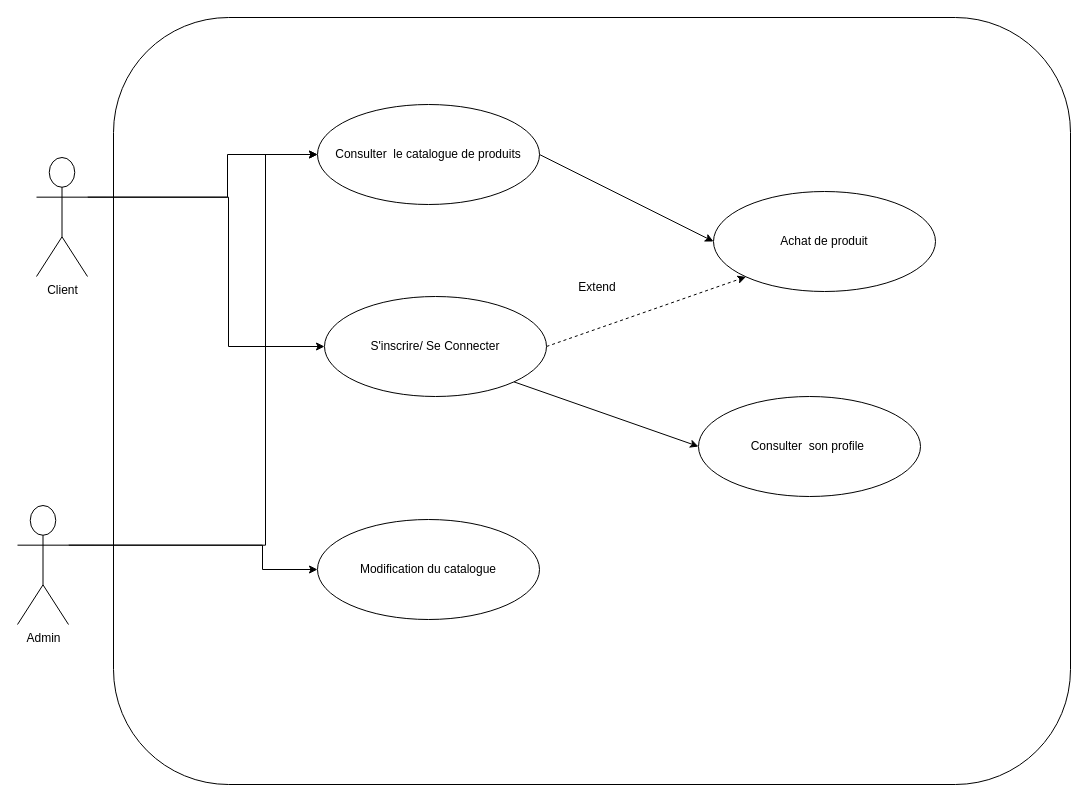
Before: page "DClass-Intro" (2 of 4) of Documentation/Diagramme/DClassCommand.drawio in HonoR974/Sperenza, a draw.io diagram. Source tidied: cells renumbered, new cells numbered last; positions are measured from the earlier drawing's top-left corner, leaving out a move shared by most shapes. Both pictures are drawn from the tidied source at 100%, with x=0, y=0 at pixel (17, 17).
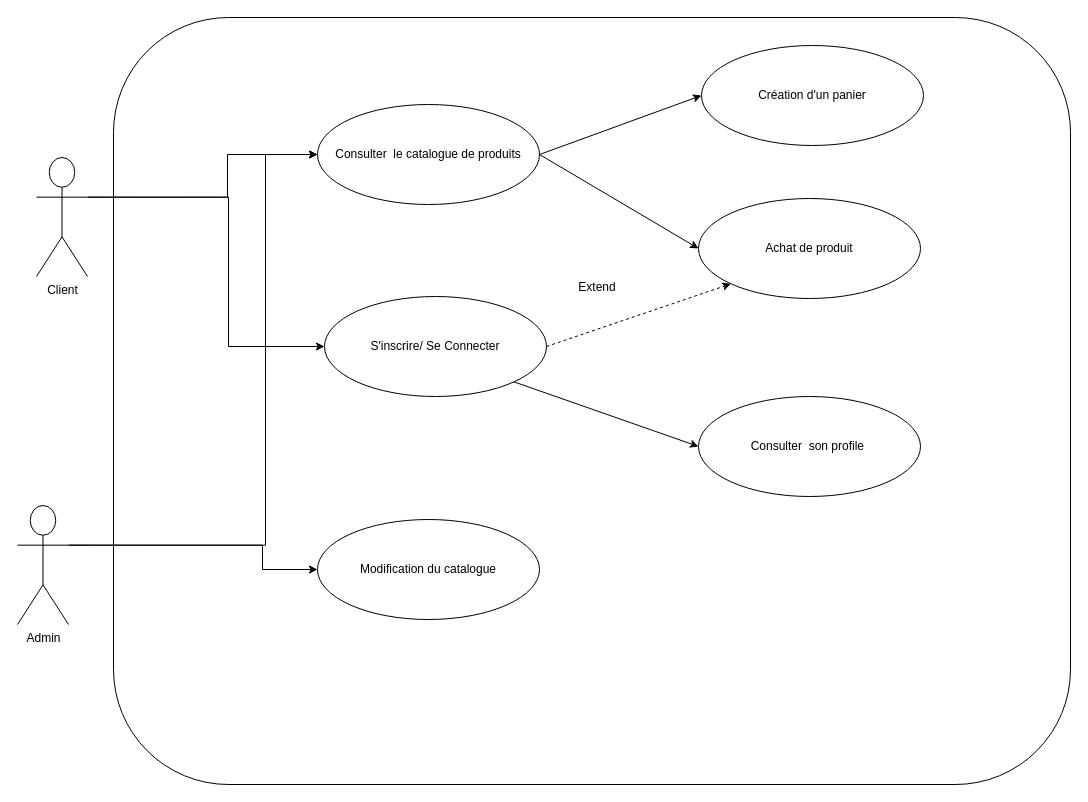
After the change.

The change refers to these unchanged cells:
```xml
<mxCell id="7" value="Consulter&amp;nbsp; le catalogue de produits" style="ellipse;whiteSpace=wrap;html=1;" parent="1" vertex="1">
  <mxGeometry x="300" y="87" width="222" height="100" as="geometry" />
</mxCell>
```

The edit, as a diff of the source:
```diff
@@
+    <mxCell id="18" style="rounded=0;jettySize=auto;html=1;exitX=1;exitY=0.5;exitDx=0;exitDy=0;entryX=0;entryY=0.5;entryDx=0;entryDy=0;" parent="1" edge="1" source="7" target="19">
+      <mxGeometry relative="1" as="geometry" />
+    </mxCell>
@@
     <mxCell id="11" value="Achat de produit" style="ellipse;whiteSpace=wrap;html=1;" parent="1" vertex="1">
-      <mxGeometry x="696" y="174" width="222" height="100" as="geometry" />
+      <mxGeometry x="681" y="181" width="222" height="100" as="geometry" />
     </mxCell>
@@
+    <mxCell id="19" value="Création d'un panier" style="ellipse;whiteSpace=wrap;html=1;" parent="1" vertex="1">
+      <mxGeometry x="684" y="28" width="222" height="100" as="geometry" />
+    </mxCell>
```
